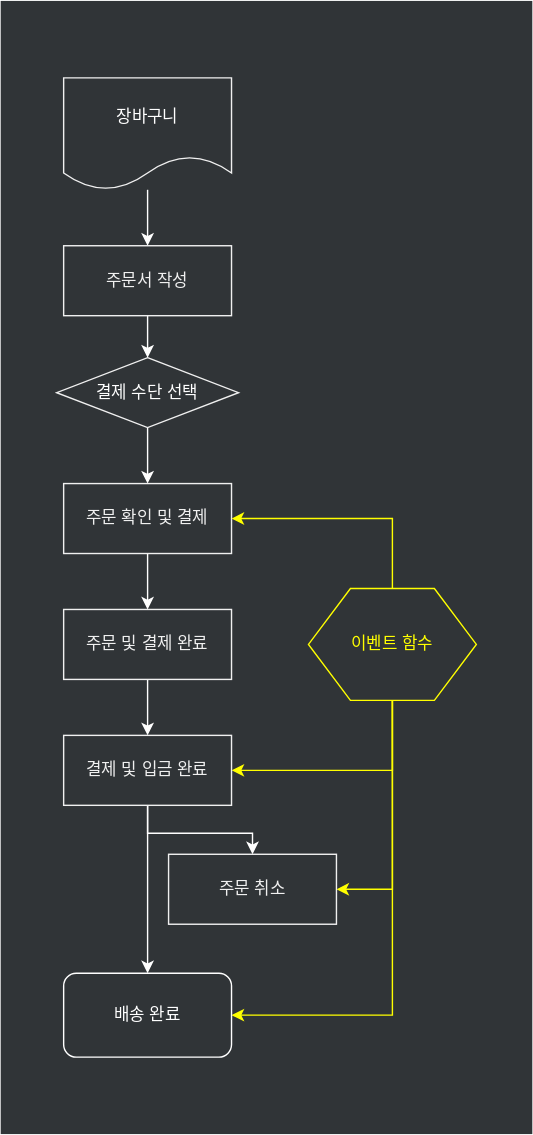
The draw.io diagram assets/.draw.io/documents/ople-promotion-flow.svg in jiholee-ntwglobal/jiholee-ntwglobal.github.io, before a commit. Source tidied: cells renumbered, new cells last; positions are measured from the earlier drawing's top-left corner, leaving out a move shared by most shapes.
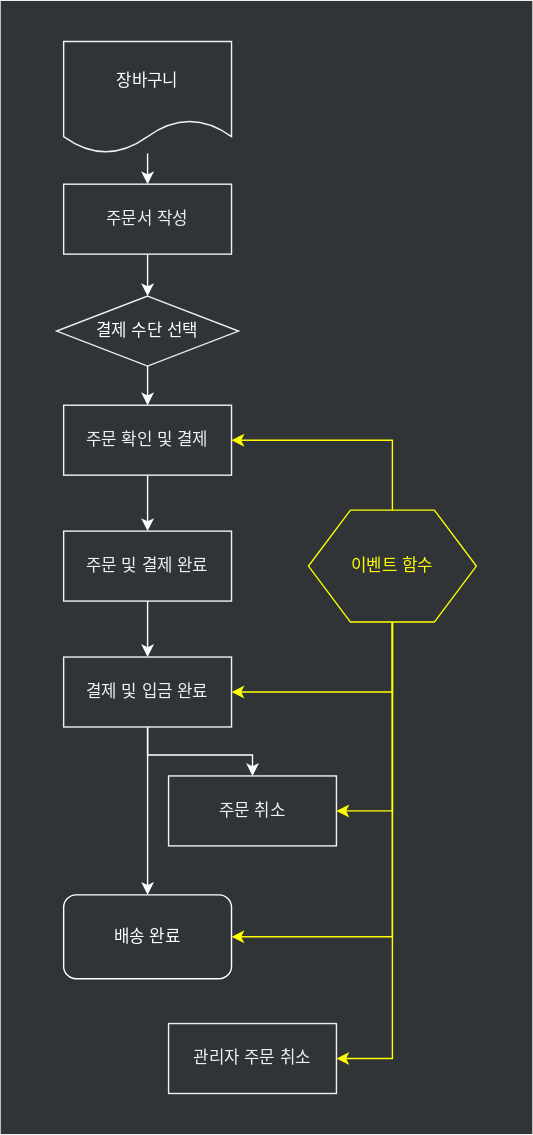
After the change.

The edit, as a diff of the source:
```diff
@@ -3,18 +3,18 @@
     <mxCell id="0" />
     <mxCell id="1" parent="0" />
     <mxCell id="2" style="rounded=0;whiteSpace=wrap;html=1;fillColor=#303437;strokeColor=none;" parent="1" vertex="1">
-      <mxGeometry width="380" height="810" as="geometry" />
+      <mxGeometry y="56" width="380" height="810" as="geometry" />
     </mxCell>
     <mxCell id="3" style="edgeStyle=orthogonalEdgeStyle;rounded=0;jettySize=auto;html=1;strokeColor=#FFFFFF;" parent="1" edge="1" source="4" target="9">
       <mxGeometry relative="1" as="geometry">
         <Array as="points">
-          <mxPoint x="105" y="355" />
-          <mxPoint x="105" y="355" />
+          <mxPoint x="105" y="367" />
+          <mxPoint x="105" y="367" />
         </Array>
       </mxGeometry>
     </mxCell>
     <mxCell id="4" value="&lt;font color=&quot;#ffffff&quot;&gt;결제 수단 선택&lt;/font&gt;" style="rhombus;whiteSpace=wrap;html=1;fillColor=none;strokeColor=#F0F0F0;" parent="1" vertex="1">
-      <mxGeometry x="40" y="255" width="130" height="50" as="geometry" />
+      <mxGeometry x="40" y="267" width="130" height="50" as="geometry" />
     </mxCell>
     <mxCell id="5" style="edgeStyle=orthogonalEdgeStyle;rounded=0;jettySize=auto;html=1;entryX=0.5;entryY=0;entryDx=0;entryDy=0;strokeColor=#FFFFFF;" parent="1" edge="1" source="14" target="4">
       <mxGeometry relative="1" as="geometry" />
@@ -23,7 +23,7 @@
       <mxGeometry relative="1" as="geometry" />
     </mxCell>
     <mxCell id="7" value="&lt;font color=&quot;#ffffff&quot;&gt;장바구니&lt;/font&gt;" style="shape=document;whiteSpace=wrap;html=1;boundedLbl=1;strokeColor=#F0F0F0;fillColor=none;" parent="1" vertex="1">
-      <mxGeometry x="45" y="55" width="120" height="80" as="geometry" />
+      <mxGeometry x="45" y="85" width="120" height="80" as="geometry" />
     </mxCell>
     <mxCell id="8" style="edgeStyle=orthogonalEdgeStyle;rounded=0;jettySize=auto;html=1;entryX=0.5;entryY=0;entryDx=0;entryDy=0;strokeColor=#FFFFFF;" parent="1" edge="1" source="9" target="16">
       <mxGeometry relative="1" as="geometry" />
@@ -60,7 +60,7 @@
       </mxGeometry>
     </mxCell>
     <mxCell id="14" value="주문서 작성" style="rounded=0;whiteSpace=wrap;html=1;strokeColor=#F0F0F0;fillColor=none;fontColor=#F0F0F0;" parent="1" vertex="1">
-      <mxGeometry x="45" y="175" width="120" height="50" as="geometry" />
+      <mxGeometry x="45" y="187" width="120" height="50" as="geometry" />
     </mxCell>
     <mxCell id="15" style="edgeStyle=orthogonalEdgeStyle;rounded=0;jettySize=auto;html=1;entryX=0.5;entryY=0;entryDx=0;entryDy=0;strokeColor=#FFFFFF;" parent="1" edge="1" source="16" target="19">
       <mxGeometry relative="1" as="geometry" />
@@ -87,8 +87,14 @@
     <mxCell id="21" value="&lt;font color=&quot;#ffffff&quot;&gt;배송 완료&lt;/font&gt;" style="rounded=1;whiteSpace=wrap;html=1;strokeColor=#FFFFFF;fillColor=none;" parent="1" vertex="1">
       <mxGeometry x="45" y="695" width="120" height="60" as="geometry" />
     </mxCell>
+    <mxCell id="23" style="edgeStyle=orthogonalEdgeStyle;rounded=0;jettySize=auto;html=1;entryX=1;entryY=0.5;entryDx=0;entryDy=0;strokeColor=#FFFF00;" parent="1" edge="1" source="22" target="24">
+      <mxGeometry relative="1" as="geometry" />
+    </mxCell>
     <mxCell id="22" value="&lt;font&gt;이벤트 함수&lt;/font&gt;" style="shape=hexagon;perimeter=hexagonPerimeter2;whiteSpace=wrap;html=1;rounded=0;strokeColor=#FFFF00;fillColor=none;fontColor=#FFFF00;" parent="1" vertex="1">
       <mxGeometry x="220" y="420" width="120" height="80" as="geometry" />
     </mxCell>
+    <mxCell id="24" value="관리자 주문 취소" style="rounded=0;whiteSpace=wrap;html=1;strokeColor=#F0F0F0;fillColor=none;fontColor=#F0F0F0;" parent="1" vertex="1">
+      <mxGeometry x="120" y="787" width="120" height="50" as="geometry" />
+    </mxCell>
   </root>
 </mxGraphModel>
```
